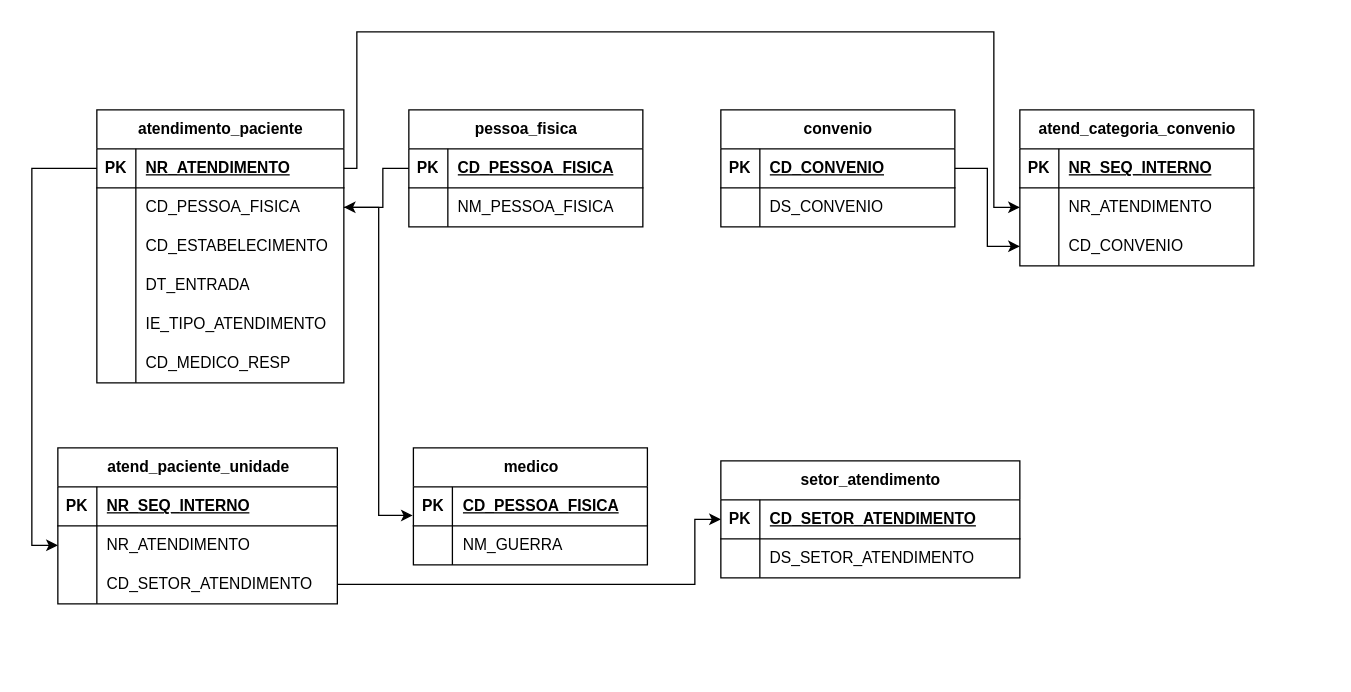
Before: Exercício_10.drawio in PatriciaGavloski/diagramas.sql, a draw.io diagram. Source tidied: cells renumbered, new cells numbered last; positions are measured from the earlier drawing's top-left corner, leaving out a move shared by most shapes. Both pictures are drawn from the tidied source at 130%, with x=0, y=0 at pixel (57, 31).
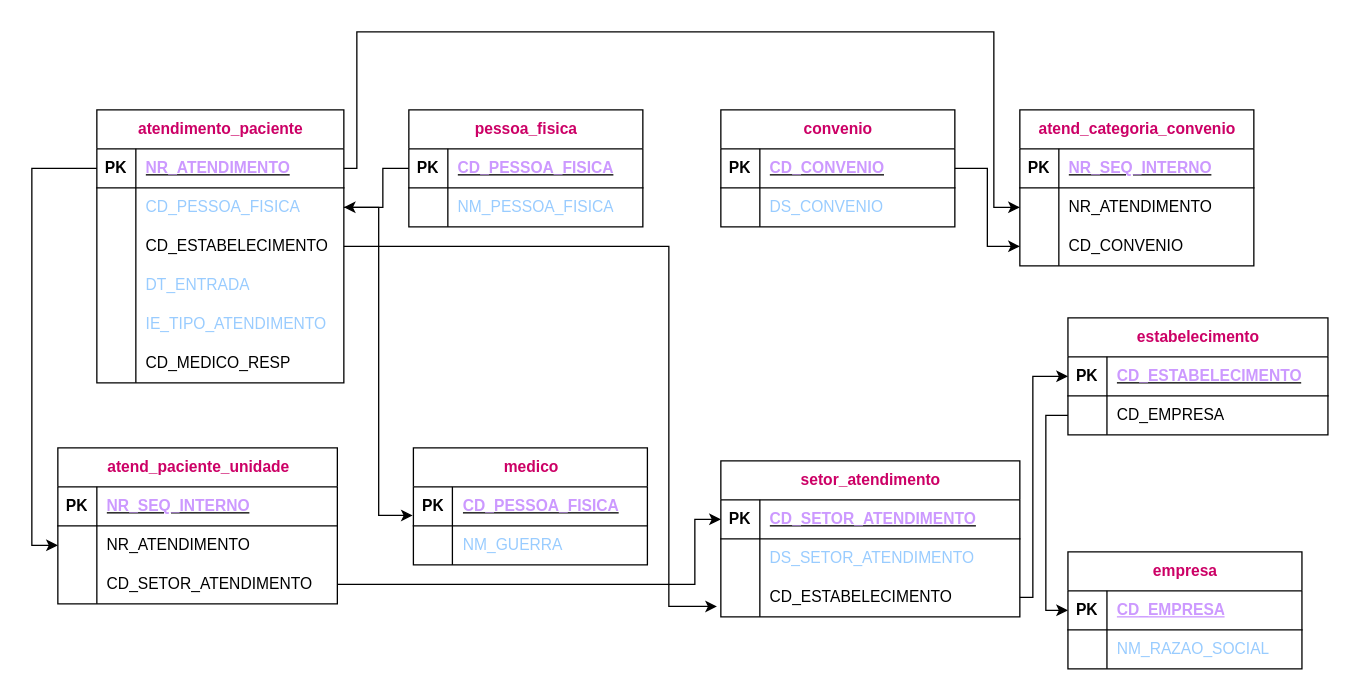
After the change.

The change refers to these unchanged cells:
```xml
<mxCell id="3" style="shape=tableRow;horizontal=0;startSize=0;swimlaneHead=0;swimlaneBody=0;fillColor=none;points=[[0,0.5],[1,0.5]];portConstraint=eastwest;top=0;left=0;right=0;bottom=1;" parent="2" vertex="1">
  <mxGeometry y="30" width="190" height="30" as="geometry" />
</mxCell>
<mxCell id="6" style="shape=tableRow;horizontal=0;startSize=0;swimlaneHead=0;swimlaneBody=0;fillColor=none;points=[[0,0.5],[1,0.5]];portConstraint=eastwest;top=0;left=0;right=0;bottom=0;" parent="2" vertex="1">
  <mxGeometry y="60" width="190" height="30" as="geometry" />
</mxCell>
<mxCell id="9" style="shape=tableRow;horizontal=0;startSize=0;swimlaneHead=0;swimlaneBody=0;fillColor=none;points=[[0,0.5],[1,0.5]];portConstraint=eastwest;top=0;left=0;right=0;bottom=0;" parent="2" vertex="1">
  <mxGeometry y="90" width="190" height="30" as="geometry" />
</mxCell>
<mxCell id="12" style="shape=tableRow;horizontal=0;startSize=0;swimlaneHead=0;swimlaneBody=0;fillColor=none;top=0;left=0;right=0;bottom=0;" parent="2" vertex="1">
  <mxGeometry y="120" width="190" height="30" as="geometry" />
</mxCell>
<mxCell id="15" style="shape=tableRow;horizontal=0;startSize=0;swimlaneHead=0;swimlaneBody=0;fillColor=none;top=0;left=0;right=0;bottom=0;" parent="2" vertex="1">
  <mxGeometry y="150" width="190" height="30" as="geometry" />
</mxCell>
<mxCell id="22" style="shape=tableRow;horizontal=0;startSize=0;swimlaneHead=0;swimlaneBody=0;fillColor=none;points=[[0,0.5],[1,0.5]];portConstraint=eastwest;top=0;left=0;right=0;bottom=1;" parent="21" vertex="1">
  <mxGeometry y="30" width="180" height="30" as="geometry" />
</mxCell>
<mxCell id="25" style="shape=tableRow;horizontal=0;startSize=0;swimlaneHead=0;swimlaneBody=0;fillColor=none;top=0;left=0;right=0;bottom=0;" parent="21" vertex="1">
  <mxGeometry y="60" width="180" height="30" as="geometry" />
</mxCell>
<mxCell id="29" style="shape=tableRow;horizontal=0;startSize=0;swimlaneHead=0;swimlaneBody=0;fillColor=none;points=[[0,0.5],[1,0.5]];portConstraint=eastwest;top=0;left=0;right=0;bottom=1;" parent="28" vertex="1">
  <mxGeometry y="30" width="180" height="30" as="geometry" />
</mxCell>
<mxCell id="32" style="shape=tableRow;horizontal=0;startSize=0;swimlaneHead=0;swimlaneBody=0;fillColor=none;top=0;left=0;right=0;bottom=0;" parent="28" vertex="1">
  <mxGeometry y="60" width="180" height="30" as="geometry" />
</mxCell>
<mxCell id="36" style="shape=tableRow;horizontal=0;startSize=0;swimlaneHead=0;swimlaneBody=0;fillColor=none;top=0;left=0;right=0;bottom=1;" parent="35" vertex="1">
  <mxGeometry y="30" width="215" height="30" as="geometry" />
</mxCell>
<mxCell id="46" style="shape=tableRow;horizontal=0;startSize=0;swimlaneHead=0;swimlaneBody=0;fillColor=none;points=[[0,0.5],[1,0.5]];portConstraint=eastwest;top=0;left=0;right=0;bottom=1;" parent="45" vertex="1">
  <mxGeometry y="30" width="180" height="30" as="geometry" />
</mxCell>
<mxCell id="49" style="shape=tableRow;horizontal=0;startSize=0;swimlaneHead=0;swimlaneBody=0;fillColor=none;top=0;left=0;right=0;bottom=0;" parent="45" vertex="1">
  <mxGeometry y="60" width="180" height="30" as="geometry" />
</mxCell>
<mxCell id="53" style="shape=tableRow;horizontal=0;startSize=0;swimlaneHead=0;swimlaneBody=0;fillColor=none;points=[[0,0.5],[1,0.5]];portConstraint=eastwest;top=0;left=0;right=0;bottom=1;" parent="52" vertex="1">
  <mxGeometry y="30" width="230" height="30" as="geometry" />
</mxCell>
<mxCell id="56" style="shape=tableRow;horizontal=0;startSize=0;swimlaneHead=0;swimlaneBody=0;fillColor=none;top=0;left=0;right=0;bottom=0;" parent="52" vertex="1">
  <mxGeometry y="60" width="230" height="30" as="geometry" />
</mxCell>
<mxCell id="60" style="shape=tableRow;horizontal=0;startSize=0;swimlaneHead=0;swimlaneBody=0;fillColor=none;top=0;left=0;right=0;bottom=1;" parent="59" vertex="1">
  <mxGeometry y="30" width="180" height="30" as="geometry" />
</mxCell>
```

Diff of the diagram source:
```diff
@@
-    <mxCell id="2" value="atendimento_paciente" style="shape=table;startSize=30;childLayout=tableLayout;rowLines=0;fontStyle=1;align=center;html=1;" parent="1" vertex="1">
+    <mxCell id="2" value="&lt;font color=&quot;#cc0066&quot;&gt;atendimento_paciente&lt;/font&gt;" style="shape=table;startSize=30;childLayout=tableLayout;rowLines=0;fontStyle=1;align=center;html=1;" parent="1" vertex="1">
       <mxGeometry x="30" y="60" width="190" height="210" as="geometry" />
     </mxCell>
@@
-    <mxCell id="5" value="NR_ATENDIMENTO" style="shape=partialRectangle;fillColor=none;top=0;left=0;bottom=0;right=0;align=left;spacingLeft=6;fontStyle=5;overflow=hidden;whiteSpace=wrap;html=1;" parent="3" vertex="1">
+    <mxCell id="5" value="&lt;font color=&quot;#cc99ff&quot;&gt;NR_ATENDIMENTO&lt;/font&gt;" style="shape=partialRectangle;fillColor=none;top=0;left=0;bottom=0;right=0;align=left;spacingLeft=6;fontStyle=5;overflow=hidden;whiteSpace=wrap;html=1;" parent="3" vertex="1">
       <mxGeometry x="30" width="160" height="30" as="geometry" />
     </mxCell>
@@
-    <mxCell id="8" value="CD_PESSOA_FISICA" style="shape=partialRectangle;fillColor=none;top=0;left=0;bottom=0;right=0;align=left;spacingLeft=6;overflow=hidden;whiteSpace=wrap;html=1;" parent="6" vertex="1">
+    <mxCell id="8" value="&lt;font color=&quot;#99ccff&quot;&gt;CD_PESSOA_FISICA&lt;/font&gt;" style="shape=partialRectangle;fillColor=none;top=0;left=0;bottom=0;right=0;align=left;spacingLeft=6;overflow=hidden;whiteSpace=wrap;html=1;" parent="6" vertex="1">
       <mxGeometry x="30" width="160" height="30" as="geometry" />
     </mxCell>
@@
-    <mxCell id="14" value="DT_ENTRADA" style="shape=partialRectangle;fillColor=none;top=0;left=0;bottom=0;right=0;align=left;spacingLeft=6;overflow=hidden;whiteSpace=wrap;html=1;" parent="12" vertex="1">
+    <mxCell id="14" value="&lt;font color=&quot;#99ccff&quot;&gt;DT_ENTRADA&lt;/font&gt;" style="shape=partialRectangle;fillColor=none;top=0;left=0;bottom=0;right=0;align=left;spacingLeft=6;overflow=hidden;whiteSpace=wrap;html=1;" parent="12" vertex="1">
       <mxGeometry x="30" width="160" height="30" as="geometry" />
     </mxCell>
@@
-    <mxCell id="17" value="IE_TIPO_ATENDIMENTO" style="shape=partialRectangle;fillColor=none;top=0;left=0;bottom=0;right=0;align=left;spacingLeft=6;overflow=hidden;whiteSpace=wrap;html=1;" parent="15" vertex="1">
+    <mxCell id="17" value="&lt;font color=&quot;#99ccff&quot;&gt;IE_TIPO_ATENDIMENTO&lt;/font&gt;" style="shape=partialRectangle;fillColor=none;top=0;left=0;bottom=0;right=0;align=left;spacingLeft=6;overflow=hidden;whiteSpace=wrap;html=1;" parent="15" vertex="1">
       <mxGeometry x="30" width="160" height="30" as="geometry" />
     </mxCell>
@@
-    <mxCell id="21" value="pessoa_fisica" style="shape=table;startSize=30;childLayout=tableLayout;rowLines=0;fontStyle=1;align=center;html=1;" parent="1" vertex="1">
+    <mxCell id="21" value="&lt;font color=&quot;#cc0066&quot;&gt;pessoa_fisica&lt;/font&gt;" style="shape=table;startSize=30;childLayout=tableLayout;rowLines=0;fontStyle=1;align=center;html=1;" parent="1" vertex="1">
       <mxGeometry x="270" y="60" width="180" height="90" as="geometry" />
     </mxCell>
@@
-    <mxCell id="24" value="CD_PESSOA_FISICA" style="shape=partialRectangle;fillColor=none;top=0;left=0;bottom=0;right=0;align=left;spacingLeft=6;fontStyle=5;overflow=hidden;whiteSpace=wrap;html=1;" parent="22" vertex="1">
+    <mxCell id="24" value="&lt;font color=&quot;#cc99ff&quot;&gt;CD_PESSOA_FISICA&lt;/font&gt;" style="shape=partialRectangle;fillColor=none;top=0;left=0;bottom=0;right=0;align=left;spacingLeft=6;fontStyle=5;overflow=hidden;whiteSpace=wrap;html=1;" parent="22" vertex="1">
       <mxGeometry x="30" width="150" height="30" as="geometry" />
     </mxCell>
@@
-    <mxCell id="27" value="NM_PESSOA_FISICA" style="shape=partialRectangle;fillColor=none;top=0;left=0;bottom=0;right=0;align=left;spacingLeft=6;overflow=hidden;whiteSpace=wrap;html=1;" parent="25" vertex="1">
+    <mxCell id="27" value="&lt;font color=&quot;#99ccff&quot;&gt;NM_PESSOA_FISICA&lt;/font&gt;" style="shape=partialRectangle;fillColor=none;top=0;left=0;bottom=0;right=0;align=left;spacingLeft=6;overflow=hidden;whiteSpace=wrap;html=1;" parent="25" vertex="1">
       <mxGeometry x="30" width="150" height="30" as="geometry" />
     </mxCell>
-    <mxCell id="28" value="medico" style="shape=table;startSize=30;childLayout=tableLayout;rowLines=0;fontStyle=1;align=center;html=1;" parent="1" vertex="1">
+    <mxCell id="28" value="&lt;font color=&quot;#cc0066&quot;&gt;medico&lt;/font&gt;" style="shape=table;startSize=30;childLayout=tableLayout;rowLines=0;fontStyle=1;align=center;html=1;" parent="1" vertex="1">
       <mxGeometry x="273.5" y="320" width="180" height="90" as="geometry" />
     </mxCell>
@@
-    <mxCell id="31" value="CD_PESSOA_FISICA" style="shape=partialRectangle;fillColor=none;top=0;left=0;bottom=0;right=0;align=left;spacingLeft=6;fontStyle=5;overflow=hidden;whiteSpace=wrap;html=1;" parent="29" vertex="1">
+    <mxCell id="31" value="&lt;font color=&quot;#cc99ff&quot;&gt;CD_PESSOA_FISICA&lt;/font&gt;" style="shape=partialRectangle;fillColor=none;top=0;left=0;bottom=0;right=0;align=left;spacingLeft=6;fontStyle=5;overflow=hidden;whiteSpace=wrap;html=1;" parent="29" vertex="1">
       <mxGeometry x="30" width="150" height="30" as="geometry" />
     </mxCell>
@@
-    <mxCell id="34" value="NM_GUERRA" style="shape=partialRectangle;fillColor=none;top=0;left=0;bottom=0;right=0;align=left;spacingLeft=6;overflow=hidden;whiteSpace=wrap;html=1;" parent="32" vertex="1">
+    <mxCell id="34" value="&lt;font color=&quot;#99ccff&quot;&gt;NM_GUERRA&lt;/font&gt;" style="shape=partialRectangle;fillColor=none;top=0;left=0;bottom=0;right=0;align=left;spacingLeft=6;overflow=hidden;whiteSpace=wrap;html=1;" parent="32" vertex="1">
       <mxGeometry x="30" width="150" height="30" as="geometry" />
     </mxCell>
-    <mxCell id="35" value="atend_paciente_unidade" style="shape=table;startSize=30;childLayout=tableLayout;rowLines=0;fontStyle=1;align=center;html=1;" parent="1" vertex="1">
+    <mxCell id="35" value="&lt;font color=&quot;#cc0066&quot;&gt;atend_paciente_unidade&lt;/font&gt;" style="shape=table;startSize=30;childLayout=tableLayout;rowLines=0;fontStyle=1;align=center;html=1;" parent="1" vertex="1">
       <mxGeometry y="320" width="215" height="120" as="geometry" />
     </mxCell>
@@
-    <mxCell id="38" value="NR_SEQ_INTERNO" style="shape=partialRectangle;fillColor=none;top=0;left=0;bottom=0;right=0;align=left;spacingLeft=6;fontStyle=5;overflow=hidden;whiteSpace=wrap;html=1;" parent="36" vertex="1">
+    <mxCell id="38" value="&lt;font color=&quot;#cc99ff&quot;&gt;NR_SEQ_INTERNO&lt;/font&gt;" style="shape=partialRectangle;fillColor=none;top=0;left=0;bottom=0;right=0;align=left;spacingLeft=6;fontStyle=5;overflow=hidden;whiteSpace=wrap;html=1;" parent="36" vertex="1">
       <mxGeometry x="30" width="185" height="30" as="geometry" />
     </mxCell>
@@
-    <mxCell id="45" value="convenio" style="shape=table;startSize=30;childLayout=tableLayout;rowLines=0;fontStyle=1;align=center;html=1;" parent="1" vertex="1">
+    <mxCell id="45" value="&lt;font color=&quot;#cc0066&quot;&gt;convenio&lt;/font&gt;" style="shape=table;startSize=30;childLayout=tableLayout;rowLines=0;fontStyle=1;align=center;html=1;" parent="1" vertex="1">
       <mxGeometry x="510" y="60" width="180" height="90" as="geometry" />
     </mxCell>
@@
-    <mxCell id="48" value="CD_CONVENIO" style="shape=partialRectangle;fillColor=none;top=0;left=0;bottom=0;right=0;align=left;spacingLeft=6;fontStyle=5;overflow=hidden;whiteSpace=wrap;html=1;" parent="46" vertex="1">
+    <mxCell id="48" value="&lt;font color=&quot;#cc99ff&quot;&gt;CD_CONVENIO&lt;/font&gt;" style="shape=partialRectangle;fillColor=none;top=0;left=0;bottom=0;right=0;align=left;spacingLeft=6;fontStyle=5;overflow=hidden;whiteSpace=wrap;html=1;" parent="46" vertex="1">
       <mxGeometry x="30" width="150" height="30" as="geometry" />
     </mxCell>
@@
-    <mxCell id="51" value="DS_CONVENIO" style="shape=partialRectangle;fillColor=none;top=0;left=0;bottom=0;right=0;align=left;spacingLeft=6;overflow=hidden;whiteSpace=wrap;html=1;" parent="49" vertex="1">
+    <mxCell id="51" value="&lt;font color=&quot;#99ccff&quot;&gt;DS_CONVENIO&lt;/font&gt;" style="shape=partialRectangle;fillColor=none;top=0;left=0;bottom=0;right=0;align=left;spacingLeft=6;overflow=hidden;whiteSpace=wrap;html=1;" parent="49" vertex="1">
       <mxGeometry x="30" width="150" height="30" as="geometry" />
     </mxCell>
-    <mxCell id="52" value="setor_atendimento" style="shape=table;startSize=30;childLayout=tableLayout;rowLines=0;fontStyle=1;align=center;html=1;" parent="1" vertex="1">
-      <mxGeometry x="510" y="330" width="230" height="90" as="geometry" />
+    <mxCell id="52" value="&lt;font color=&quot;#cc0066&quot;&gt;setor_atendimento&lt;/font&gt;" style="shape=table;startSize=30;childLayout=tableLayout;rowLines=0;fontStyle=1;align=center;html=1;" parent="1" vertex="1">
+      <mxGeometry x="510" y="330" width="230" height="120" as="geometry" />
     </mxCell>
@@
-    <mxCell id="55" value="CD_SETOR_ATENDIMENTO" style="shape=partialRectangle;fillColor=none;top=0;left=0;bottom=0;right=0;align=left;spacingLeft=6;fontStyle=5;overflow=hidden;whiteSpace=wrap;html=1;" parent="53" vertex="1">
+    <mxCell id="55" value="&lt;font color=&quot;#cc99ff&quot;&gt;CD_SETOR_ATENDIMENTO&lt;/font&gt;" style="shape=partialRectangle;fillColor=none;top=0;left=0;bottom=0;right=0;align=left;spacingLeft=6;fontStyle=5;overflow=hidden;whiteSpace=wrap;html=1;" parent="53" vertex="1">
       <mxGeometry x="30" width="200" height="30" as="geometry" />
     </mxCell>
@@
-    <mxCell id="58" value="DS_SETOR_ATENDIMENTO" style="shape=partialRectangle;fillColor=none;top=0;left=0;bottom=0;right=0;align=left;spacingLeft=6;overflow=hidden;whiteSpace=wrap;html=1;" parent="56" vertex="1">
+    <mxCell id="58" value="&lt;font color=&quot;#99ccff&quot;&gt;DS_SETOR_ATENDIMENTO&lt;/font&gt;" style="shape=partialRectangle;fillColor=none;top=0;left=0;bottom=0;right=0;align=left;spacingLeft=6;overflow=hidden;whiteSpace=wrap;html=1;" parent="56" vertex="1">
       <mxGeometry x="30" width="200" height="30" as="geometry" />
     </mxCell>
+    <mxCell id="75" style="shape=tableRow;horizontal=0;startSize=0;swimlaneHead=0;swimlaneBody=0;fillColor=none;points=[[0,0.5],[1,0.5]];portConstraint=eastwest;top=0;left=0;right=0;bottom=0;" parent="52" vertex="1">
+      <mxGeometry y="90" width="230" height="30" as="geometry" />
+    </mxCell>
+    <mxCell id="76" style="shape=partialRectangle;fillColor=none;top=0;left=0;bottom=0;right=0;overflow=hidden;whiteSpace=wrap;html=1;" parent="75" vertex="1">
+      <mxGeometry width="30" height="30" as="geometry" />
+    </mxCell>
+    <mxCell id="77" value="CD_ESTABELECIMENTO" style="shape=partialRectangle;fillColor=none;top=0;left=0;bottom=0;right=0;align=left;spacingLeft=6;overflow=hidden;whiteSpace=wrap;html=1;" parent="75" vertex="1">
+      <mxGeometry x="30" width="200" height="30" as="geometry" />
+    </mxCell>
-    <mxCell id="59" value="atend_categoria_convenio" style="shape=table;startSize=30;childLayout=tableLayout;rowLines=0;fontStyle=1;align=center;html=1;" parent="1" vertex="1">
+    <mxCell id="59" value="&lt;font color=&quot;#cc0066&quot;&gt;atend_categoria_convenio&lt;/font&gt;" style="shape=table;startSize=30;childLayout=tableLayout;rowLines=0;fontStyle=1;align=center;html=1;" parent="1" vertex="1">
       <mxGeometry x="740" y="60" width="180" height="120" as="geometry" />
     </mxCell>
@@
-    <mxCell id="62" value="NR_SEQ_INTERNO" style="shape=partialRectangle;fillColor=none;top=0;left=0;bottom=0;right=0;align=left;spacingLeft=6;fontStyle=5;overflow=hidden;whiteSpace=wrap;html=1;" parent="60" vertex="1">
+    <mxCell id="62" value="&lt;font color=&quot;#cc99ff&quot;&gt;NR_SEQ_INTERNO&lt;/font&gt;" style="shape=partialRectangle;fillColor=none;top=0;left=0;bottom=0;right=0;align=left;spacingLeft=6;fontStyle=5;overflow=hidden;whiteSpace=wrap;html=1;" parent="60" vertex="1">
       <mxGeometry x="30" width="150" height="30" as="geometry" />
     </mxCell>
@@
+    <mxCell id="78" value="&lt;font color=&quot;#cc0066&quot;&gt;empresa&lt;/font&gt;" style="shape=table;startSize=30;childLayout=tableLayout;rowLines=0;fontStyle=1;align=center;html=1;" parent="1" vertex="1">
+      <mxGeometry x="777" y="400" width="180" height="90" as="geometry" />
+    </mxCell>
+    <mxCell id="79" style="shape=tableRow;horizontal=0;startSize=0;swimlaneHead=0;swimlaneBody=0;fillColor=none;points=[[0,0.5],[1,0.5]];portConstraint=eastwest;top=0;left=0;right=0;bottom=1;" parent="78" vertex="1">
+      <mxGeometry y="30" width="180" height="30" as="geometry" />
+    </mxCell>
+    <mxCell id="80" value="PK" style="shape=partialRectangle;fillColor=none;top=0;left=0;bottom=0;right=0;fontStyle=1;overflow=hidden;whiteSpace=wrap;html=1;" parent="79" vertex="1">
+      <mxGeometry width="30" height="30" as="geometry" />
+    </mxCell>
+    <mxCell id="81" value="CD_EMPRESA" style="shape=partialRectangle;fillColor=none;top=0;left=0;bottom=0;right=0;align=left;spacingLeft=6;fontStyle=5;overflow=hidden;whiteSpace=wrap;html=1;fontColor=#CC99FF;" parent="79" vertex="1">
+      <mxGeometry x="30" width="150" height="30" as="geometry" />
+    </mxCell>
+    <mxCell id="82" style="shape=tableRow;horizontal=0;startSize=0;swimlaneHead=0;swimlaneBody=0;fillColor=none;top=0;left=0;right=0;bottom=0;" parent="78" vertex="1">
+      <mxGeometry y="60" width="180" height="30" as="geometry" />
+    </mxCell>
+    <mxCell id="83" style="shape=partialRectangle;fillColor=none;top=0;left=0;bottom=0;right=0;overflow=hidden;whiteSpace=wrap;html=1;" parent="82" vertex="1">
+      <mxGeometry width="30" height="30" as="geometry" />
+    </mxCell>
+    <mxCell id="84" value="NM_RAZAO_SOCIAL" style="shape=partialRectangle;fillColor=none;top=0;left=0;bottom=0;right=0;align=left;spacingLeft=6;overflow=hidden;whiteSpace=wrap;html=1;fontColor=#99CCFF;" parent="82" vertex="1">
+      <mxGeometry x="30" width="150" height="30" as="geometry" />
+    </mxCell>
+    <mxCell id="85" style="edgeStyle=orthogonalEdgeStyle;rounded=0;jettySize=auto;html=1;exitX=1;exitY=0.5;exitDx=0;exitDy=0;entryX=-0.013;entryY=0.733;entryDx=0;entryDy=0;entryPerimeter=0;" parent="1" edge="1" source="9" target="75">
+      <mxGeometry relative="1" as="geometry">
+        <Array as="points">
+          <mxPoint x="470" y="165" />
+          <mxPoint x="470" y="442" />
+        </Array>
+      </mxGeometry>
+    </mxCell>
+    <mxCell id="86" value="&lt;font color=&quot;#cc0066&quot;&gt;estabelecimento&lt;/font&gt;" style="shape=table;startSize=30;childLayout=tableLayout;rowLines=0;fontStyle=1;align=center;html=1;" parent="1" vertex="1">
+      <mxGeometry x="777" y="220" width="200" height="90" as="geometry" />
+    </mxCell>
+    <mxCell id="87" style="shape=tableRow;horizontal=0;startSize=0;swimlaneHead=0;swimlaneBody=0;fillColor=none;points=[[0,0.5],[1,0.5]];portConstraint=eastwest;top=0;left=0;right=0;bottom=1;" parent="86" vertex="1">
+      <mxGeometry y="30" width="200" height="30" as="geometry" />
+    </mxCell>
+    <mxCell id="88" value="PK" style="shape=partialRectangle;fillColor=none;top=0;left=0;bottom=0;right=0;fontStyle=1;overflow=hidden;whiteSpace=wrap;html=1;" parent="87" vertex="1">
+      <mxGeometry width="30" height="30" as="geometry" />
+    </mxCell>
+    <mxCell id="89" value="&lt;font color=&quot;#cc99ff&quot;&gt;CD_ESTABELECIMENTO&lt;/font&gt;" style="shape=partialRectangle;fillColor=none;top=0;left=0;bottom=0;right=0;align=left;spacingLeft=6;fontStyle=5;overflow=hidden;whiteSpace=wrap;html=1;" parent="87" vertex="1">
+      <mxGeometry x="30" width="170" height="30" as="geometry" />
+    </mxCell>
+    <mxCell id="90" style="shape=tableRow;horizontal=0;startSize=0;swimlaneHead=0;swimlaneBody=0;fillColor=none;points=[[0,0.5],[1,0.5]];portConstraint=eastwest;top=0;left=0;right=0;bottom=0;" parent="86" vertex="1">
+      <mxGeometry y="60" width="200" height="30" as="geometry" />
+    </mxCell>
+    <mxCell id="91" style="shape=partialRectangle;fillColor=none;top=0;left=0;bottom=0;right=0;overflow=hidden;whiteSpace=wrap;html=1;" parent="90" vertex="1">
+      <mxGeometry width="30" height="30" as="geometry" />
+    </mxCell>
+    <mxCell id="92" value="CD_EMPRESA" style="shape=partialRectangle;fillColor=none;top=0;left=0;bottom=0;right=0;align=left;spacingLeft=6;overflow=hidden;whiteSpace=wrap;html=1;" parent="90" vertex="1">
+      <mxGeometry x="30" width="170" height="30" as="geometry" />
+    </mxCell>
+    <mxCell id="93" style="edgeStyle=orthogonalEdgeStyle;rounded=0;jettySize=auto;html=1;exitX=1;exitY=0.5;exitDx=0;exitDy=0;entryX=0;entryY=0.5;entryDx=0;entryDy=0;" parent="1" edge="1" source="75" target="87">
+      <mxGeometry relative="1" as="geometry">
+        <Array as="points">
+          <mxPoint x="750" y="435" />
+          <mxPoint x="750" y="265" />
+        </Array>
+      </mxGeometry>
+    </mxCell>
+    <mxCell id="94" style="edgeStyle=orthogonalEdgeStyle;rounded=0;jettySize=auto;html=1;exitX=0;exitY=0.5;exitDx=0;exitDy=0;entryX=0;entryY=0.5;entryDx=0;entryDy=0;" parent="1" edge="1" source="90" target="79">
+      <mxGeometry relative="1" as="geometry">
+        <Array as="points">
+          <mxPoint x="760" y="295" />
+          <mxPoint x="760" y="445" />
+        </Array>
+      </mxGeometry>
+    </mxCell>
```
